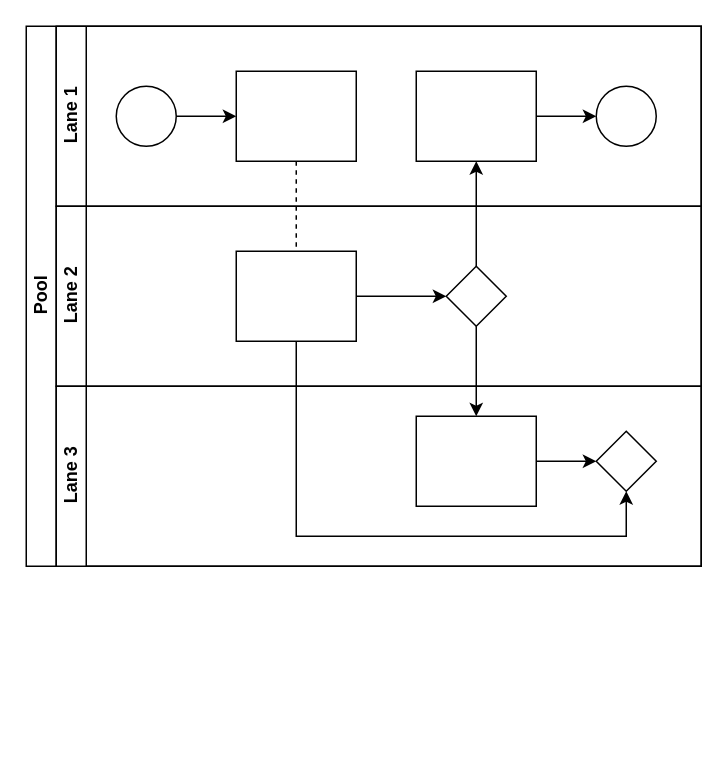
Before: 未命名绘图.drawio in pcorvoh/-warehouse, a draw.io diagram. Source tidied: cells renumbered, new cells numbered last; positions are measured from the earlier drawing's top-left corner, leaving out a move shared by most shapes. Both pictures are drawn from the tidied source at 150%, with x=0, y=0 at pixel (26, 26).
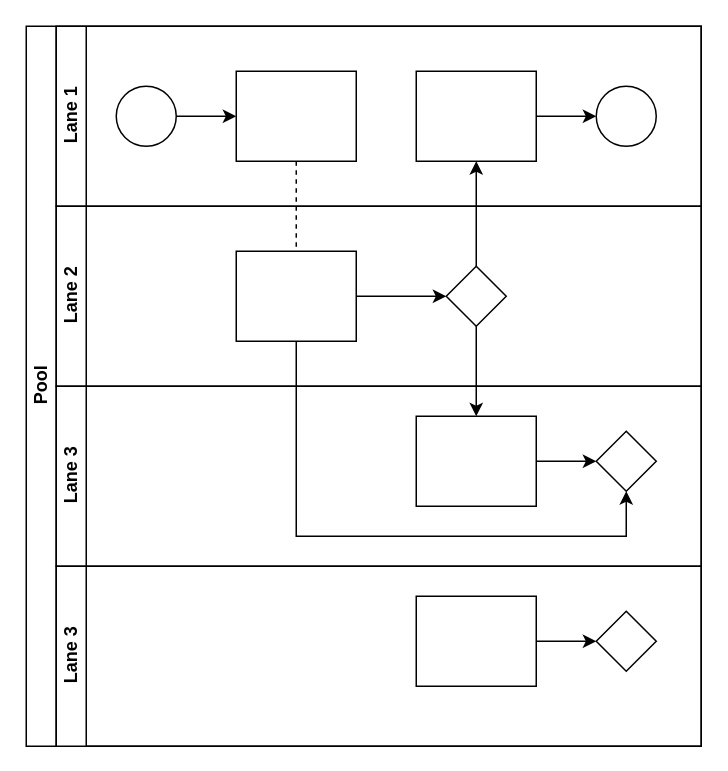
Above is the later version.

Change to the diagram source:
```diff
@@
     <mxCell id="2" value="Pool" style="swimlane;html=1;horizontal=0;startSize=20;" parent="1" vertex="1">
-      <mxGeometry width="450" height="360" as="geometry" />
+      <mxGeometry width="450" height="480" as="geometry" />
     </mxCell>
@@
+    <mxCell id="22" value="Lane 3" style="swimlane;html=1;startSize=20;horizontal=0;" parent="2" vertex="1">
+      <mxGeometry x="20" y="360" width="430" height="120" as="geometry" />
+    </mxCell>
+    <mxCell id="23" style="edgeStyle=orthogonalEdgeStyle;rounded=0;jettySize=auto;html=1;endArrow=classic;endFill=1;" parent="22" edge="1" source="24" target="25">
+      <mxGeometry relative="1" as="geometry" />
+    </mxCell>
+    <mxCell id="24" style="rounded=0;whiteSpace=wrap;html=1;fontFamily=Helvetica;fontSize=12;fontColor=#000000;align=center;" parent="22" vertex="1">
+      <mxGeometry x="240" y="20" width="80" height="60" as="geometry" />
+    </mxCell>
+    <mxCell id="25" style="rhombus;whiteSpace=wrap;html=1;fontFamily=Helvetica;fontSize=12;fontColor=#000000;align=center;" parent="22" vertex="1">
+      <mxGeometry x="360" y="30" width="40" height="40" as="geometry" />
+    </mxCell>
```
